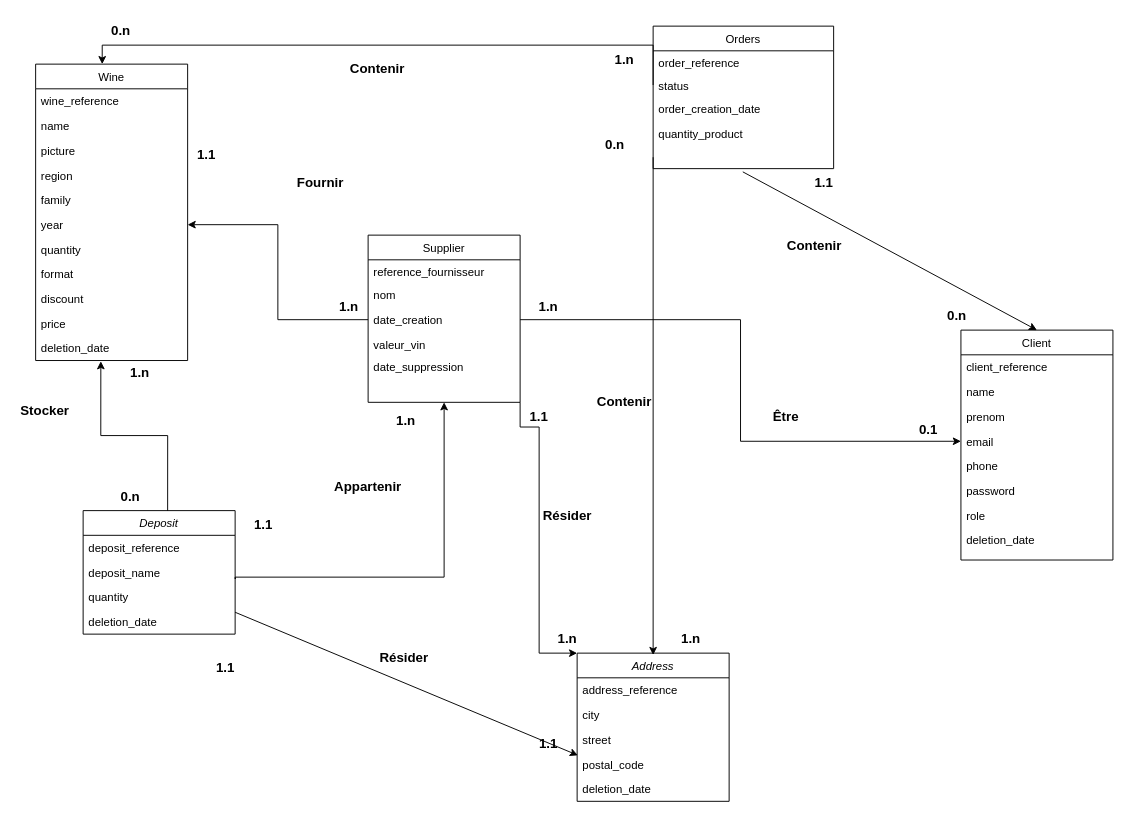
The draw.io diagram projet-vin-mcd.drawio in TorayLaTortue/Projet-vin, before the edit. Source tidied: cells renumbered, new cells numbered last; positions are measured from the earlier drawing's top-left corner, leaving out a move shared by most shapes. Both pictures are drawn from the tidied source at 95%, with x=0, y=0 at pixel (16, 16).
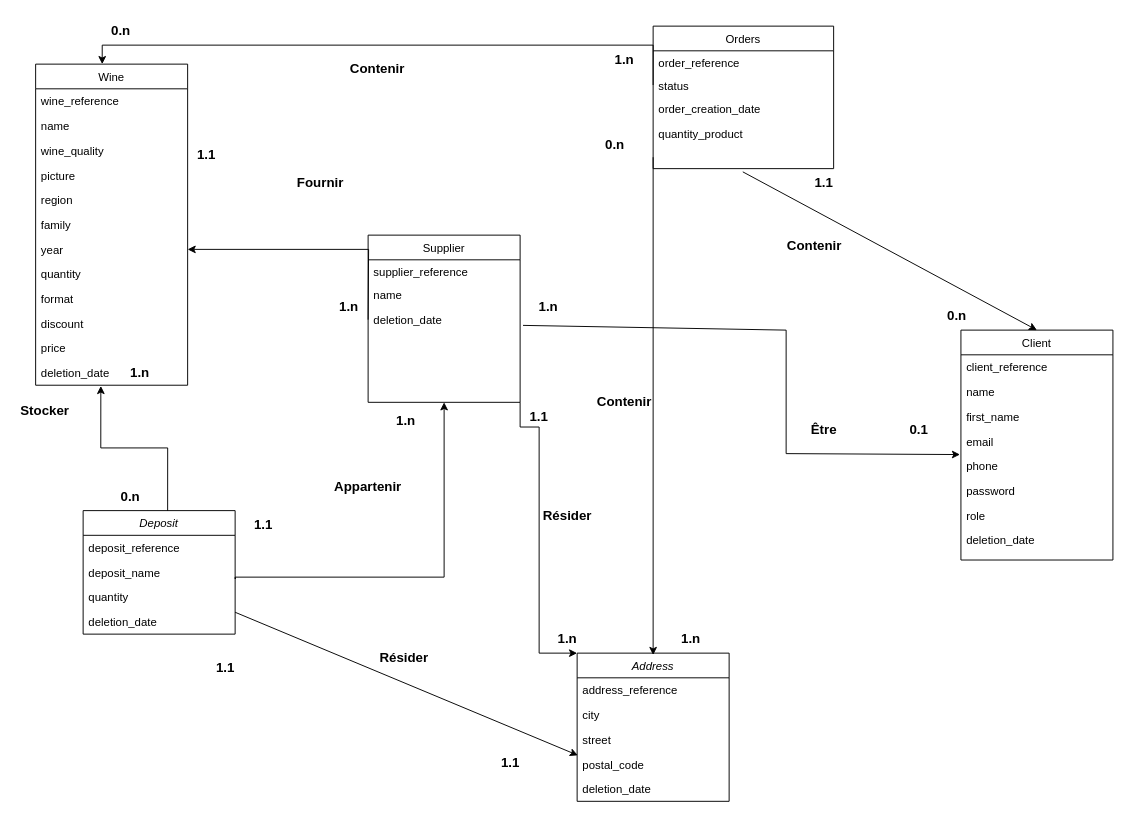
After the change.

Commit message:
Mettre à jour projet-vin-mcd.drawio

Unchanged cells that the change refers to:
```xml
<mxCell id="21" value="Supplier" style="swimlane;fontStyle=0;align=center;verticalAlign=top;horizontal=1;startSize=26;rounded=0;shadow=0;strokeWidth=1;" parent="1" vertex="1">
  <mxGeometry x="370" y="230" width="160" height="176" as="geometry" />
</mxCell>
<mxCell id="27" value="Client" style="swimlane;fontStyle=0;align=center;verticalAlign=top;horizontal=1;startSize=26;rounded=0;shadow=0;strokeWidth=1;" parent="1" vertex="1">
  <mxGeometry x="994" y="330" width="160" height="242" as="geometry" />
</mxCell>
<mxCell id="31" value="email" style="text;align=left;verticalAlign=top;spacingLeft=4;spacingRight=4;overflow=hidden;points=[[0,0.5],[1,0.5]];portConstraint=eastwest;rounded=0;shadow=0;html=0;" parent="27" vertex="1">
  <mxGeometry y="104" width="160" height="26" as="geometry" />
</mxCell>
<mxCell id="32" value="phone" style="text;align=left;verticalAlign=top;spacingLeft=4;spacingRight=4;overflow=hidden;points=[[0,0.5],[1,0.5]];portConstraint=eastwest;rounded=0;shadow=0;html=0;" parent="27" vertex="1">
  <mxGeometry y="130" width="160" height="26" as="geometry" />
</mxCell>
```

Diff of the diagram source:
```diff
@@
     <mxCell id="8" value="Wine" style="swimlane;fontStyle=0;align=center;verticalAlign=top;horizontal=1;startSize=26;rounded=0;shadow=0;strokeWidth=1;" parent="1" vertex="1">
-      <mxGeometry x="20" y="50" width="160" height="312" as="geometry" />
+      <mxGeometry x="20" y="50" width="160" height="338" as="geometry" />
     </mxCell>
@@
+    <mxCell id="81" value="wine_quality" style="text;align=left;verticalAlign=top;spacingLeft=4;spacingRight=4;overflow=hidden;" parent="8" vertex="1">
+      <mxGeometry y="78" width="160" height="26" as="geometry" />
+    </mxCell>
     <mxCell id="11" value="picture" style="text;align=left;verticalAlign=top;spacingLeft=4;spacingRight=4;overflow=hidden;" parent="8" vertex="1">
-      <mxGeometry y="78" width="160" height="26" as="geometry" />
+      <mxGeometry y="104" width="160" height="26" as="geometry" />
     </mxCell>
     <mxCell id="12" value="region" style="text;align=left;verticalAlign=top;spacingLeft=4;spacingRight=4;overflow=hidden;rounded=0;shadow=0;html=0;" parent="8" vertex="1">
-      <mxGeometry y="104" width="160" height="26" as="geometry" />
+      <mxGeometry y="130" width="160" height="26" as="geometry" />
     </mxCell>
     <mxCell id="13" value="family" style="text;align=left;verticalAlign=top;spacingLeft=4;spacingRight=4;overflow=hidden;rounded=0;shadow=0;html=0;" parent="8" vertex="1">
-      <mxGeometry y="130" width="160" height="26" as="geometry" />
+      <mxGeometry y="156" width="160" height="26" as="geometry" />
     </mxCell>
     <mxCell id="14" value="year" style="text;align=left;verticalAlign=top;spacingLeft=4;spacingRight=4;overflow=hidden;points=[[0,0.5],[1,0.5]];portConstraint=eastwest;rounded=0;shadow=0;html=0;" parent="8" vertex="1">
-      <mxGeometry y="156" width="160" height="26" as="geometry" />
+      <mxGeometry y="182" width="160" height="26" as="geometry" />
     </mxCell>
     <mxCell id="15" value="quantity" style="text;align=left;verticalAlign=top;spacingLeft=4;spacingRight=4;overflow=hidden;" parent="8" vertex="1">
-      <mxGeometry y="182" width="160" height="26" as="geometry" />
+      <mxGeometry y="208" width="160" height="26" as="geometry" />
     </mxCell>
     <mxCell id="16" value="format" style="text;align=left;verticalAlign=top;spacingLeft=4;spacingRight=4;overflow=hidden;" parent="8" vertex="1">
-      <mxGeometry y="208" width="160" height="26" as="geometry" />
+      <mxGeometry y="234" width="160" height="26" as="geometry" />
     </mxCell>
     <mxCell id="17" value="discount" style="text;align=left;verticalAlign=top;spacingLeft=4;spacingRight=4;overflow=hidden;" parent="8" vertex="1">
-      <mxGeometry y="234" width="160" height="26" as="geometry" />
+      <mxGeometry y="260" width="160" height="26" as="geometry" />
     </mxCell>
     <mxCell id="18" value="price" style="text;align=left;verticalAlign=top;spacingLeft=4;spacingRight=4;overflow=hidden;" parent="8" vertex="1">
-      <mxGeometry y="260" width="160" height="26" as="geometry" />
+      <mxGeometry y="286" width="160" height="26" as="geometry" />
     </mxCell>
     <mxCell id="19" value="deletion_date" style="text;align=left;verticalAlign=top;spacingLeft=4;spacingRight=4;overflow=hidden;points=[[0,0.5],[1,0.5]];portConstraint=eastwest;" parent="8" vertex="1">
-      <mxGeometry y="286" width="160" height="26" as="geometry" />
+      <mxGeometry y="312" width="160" height="26" as="geometry" />
     </mxCell>
@@
-    <mxCell id="22" value="reference_fournisseur" style="text;align=left;verticalAlign=top;spacingLeft=4;spacingRight=4;overflow=hidden;" parent="21" vertex="1">
+    <mxCell id="22" value="supplier_reference" style="text;align=left;verticalAlign=top;spacingLeft=4;spacingRight=4;overflow=hidden;" parent="21" vertex="1">
       <mxGeometry y="26" width="160" height="24" as="geometry" />
     </mxCell>
-    <mxCell id="23" value="nom" style="text;align=left;verticalAlign=top;spacingLeft=4;spacingRight=4;overflow=hidden;" parent="21" vertex="1">
+    <mxCell id="23" value="name" style="text;align=left;verticalAlign=top;spacingLeft=4;spacingRight=4;overflow=hidden;" parent="21" vertex="1">
       <mxGeometry y="50" width="160" height="26" as="geometry" />
     </mxCell>
-    <mxCell id="24" value="date_creation" style="text;align=left;verticalAlign=top;spacingLeft=4;spacingRight=4;overflow=hidden;points=[[0,0.5],[1,0.5]];portConstraint=eastwest;rounded=0;shadow=0;html=0;" parent="21" vertex="1">
-      <mxGeometry y="76" width="160" height="26" as="geometry" />
-    </mxCell>
-    <mxCell id="25" value="valeur_vin" style="text;align=left;verticalAlign=top;spacingLeft=4;spacingRight=4;overflow=hidden;" parent="21" vertex="1">
-      <mxGeometry y="102" width="160" height="24" as="geometry" />
-    </mxCell>
-    <mxCell id="26" value="date_suppression" style="text;align=left;verticalAlign=top;spacingLeft=4;spacingRight=4;overflow=hidden;points=[[0,0.5],[1,0.5]];portConstraint=eastwest;" parent="21" vertex="1">
-      <mxGeometry y="126" width="160" height="24" as="geometry" />
+    <mxCell id="26" value="deletion_date" style="text;align=left;verticalAlign=top;spacingLeft=4;spacingRight=4;overflow=hidden;points=[[0,0.5],[1,0.5]];portConstraint=eastwest;" parent="21" vertex="1">
+      <mxGeometry y="76" width="160" height="24" as="geometry" />
     </mxCell>
@@
-    <mxCell id="30" value="prenom" style="text;align=left;verticalAlign=top;spacingLeft=4;spacingRight=4;overflow=hidden;rounded=0;shadow=0;html=0;" parent="27" vertex="1">
+    <mxCell id="30" value="first_name" style="text;align=left;verticalAlign=top;spacingLeft=4;spacingRight=4;overflow=hidden;rounded=0;shadow=0;html=0;" parent="27" vertex="1">
       <mxGeometry y="78" width="160" height="26" as="geometry" />
     </mxCell>
@@
     <mxCell id="51" value="&lt;b&gt;&lt;font style=&quot;font-size: 14px;&quot;&gt;1.1&lt;/font&gt;&lt;/b&gt;" style="text;html=1;align=center;verticalAlign=middle;whiteSpace=wrap;rounded=0;" parent="1" vertex="1">
-      <mxGeometry x="530" y="750" width="60" height="30" as="geometry" />
+      <mxGeometry x="490" y="770" width="60" height="30" as="geometry" />
     </mxCell>
@@
-    <mxCell id="65" style="edgeStyle=orthogonalEdgeStyle;rounded=0;jettySize=auto;html=1;exitX=0;exitY=0.5;exitDx=0;exitDy=0;entryX=1;entryY=0.5;entryDx=0;entryDy=0;" parent="1" edge="1" source="24" target="14">
-      <mxGeometry relative="1" as="geometry" />
+    <mxCell id="65" style="edgeStyle=orthogonalEdgeStyle;rounded=0;jettySize=auto;html=1;exitX=0;exitY=0.5;exitDx=0;exitDy=0;entryX=1;entryY=0.5;entryDx=0;entryDy=0;" parent="1" edge="1" target="14">
+      <mxGeometry relative="1" as="geometry">
+        <mxPoint x="370" y="319" as="sourcePoint" />
+      </mxGeometry>
     </mxCell>
@@
-    <mxCell id="73" style="edgeStyle=orthogonalEdgeStyle;rounded=0;jettySize=auto;html=1;entryX=0;entryY=0.5;entryDx=0;entryDy=0;exitX=1;exitY=0.5;exitDx=0;exitDy=0;" parent="1" edge="1" source="24" target="31">
-      <mxGeometry relative="1" as="geometry" />
-    </mxCell>
     <mxCell id="74" value="&lt;b style=&quot;font-size: 14px;&quot;&gt;Être&lt;/b&gt;" style="text;html=1;align=center;verticalAlign=middle;whiteSpace=wrap;rounded=0;" parent="1" vertex="1">
-      <mxGeometry x="780" y="406" width="60" height="30" as="geometry" />
+      <mxGeometry x="820" y="420" width="60" height="30" as="geometry" />
     </mxCell>
     <mxCell id="75" value="&lt;span style=&quot;font-size: 14px;&quot;&gt;&lt;b&gt;0.1&lt;/b&gt;&lt;/span&gt;" style="text;html=1;align=center;verticalAlign=middle;whiteSpace=wrap;rounded=0;" parent="1" vertex="1">
-      <mxGeometry x="930" y="420" width="60" height="30" as="geometry" />
+      <mxGeometry x="920" y="420" width="60" height="30" as="geometry" />
     </mxCell>
@@
+    <mxCell id="82" style="endArrow=classic;html=1;rounded=0;entryX=-0.006;entryY=0.038;entryDx=0;entryDy=0;exitX=1.019;exitY=0.792;exitDx=0;exitDy=0;entryPerimeter=0;exitPerimeter=0;" parent="1" edge="1" source="26" target="32">
+      <mxGeometry relative="1" as="geometry">
+        <Array as="points">
+          <mxPoint x="810" y="330" />
+          <mxPoint x="810" y="460" />
+        </Array>
+      </mxGeometry>
+    </mxCell>
```
